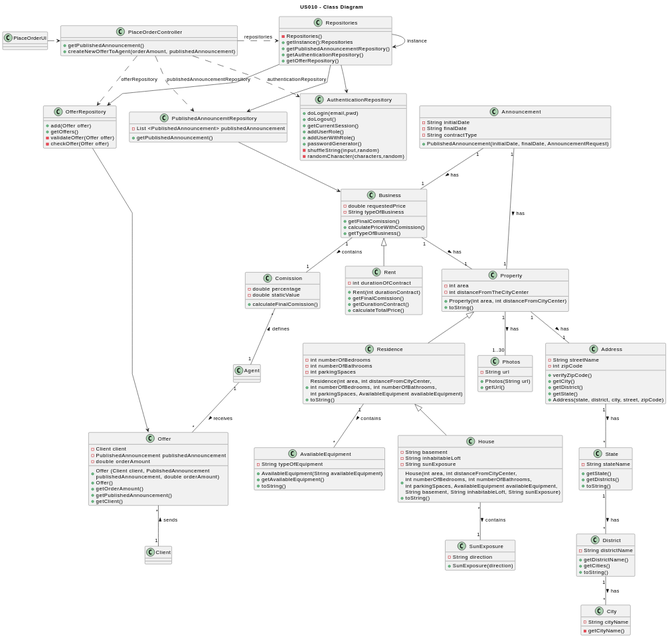
Above: docs/sprintC/US10/03.design/svg/us010-class-diagram.svg in PureNimble/ISEP-LAPR2 (PlantUML), before the change.
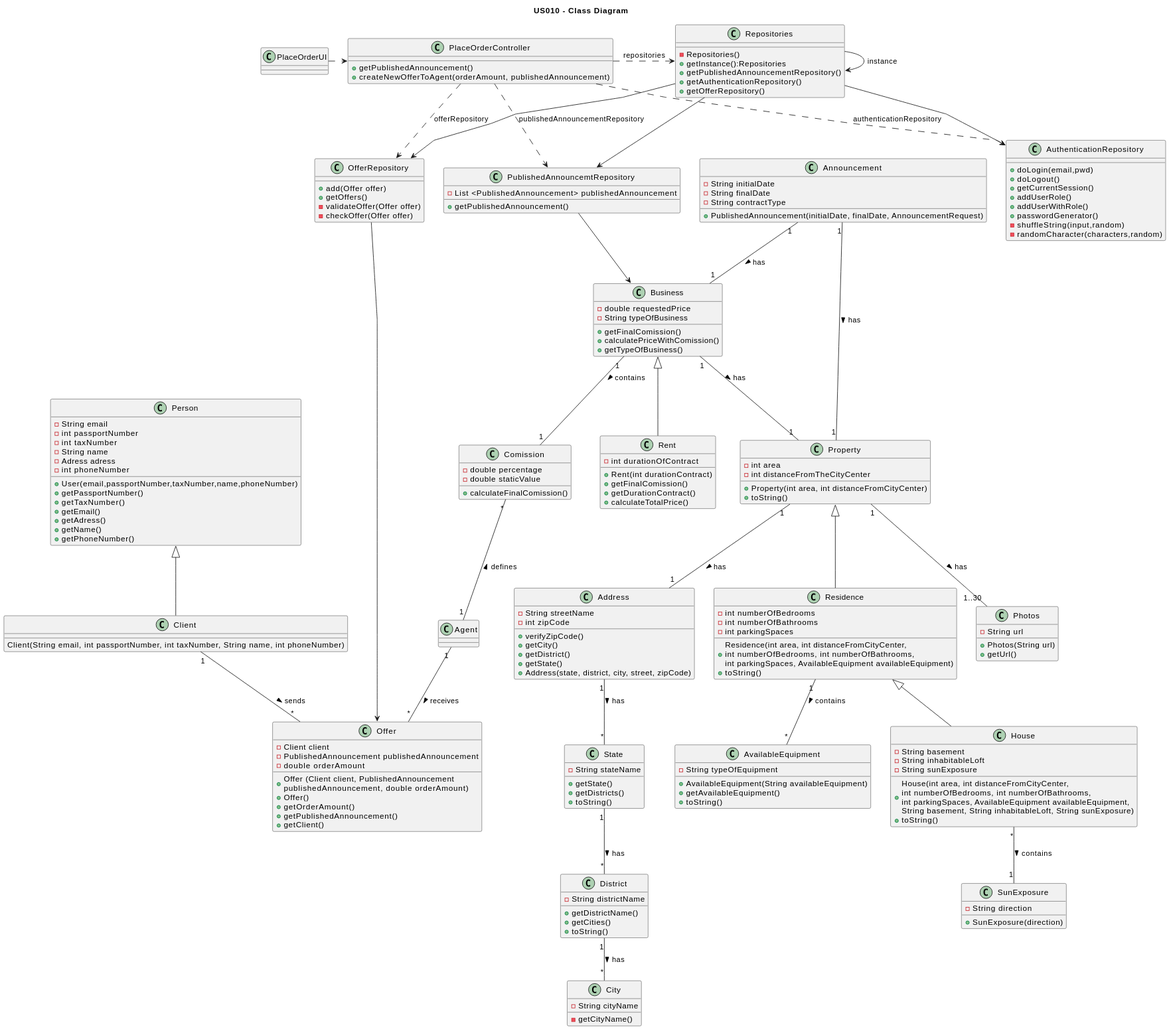
Above is the later version.

The edit, as a diff of the source:
```diff
@@ -126,6 +126,7 @@
 }
 
 class Client {
+Client(String email, int passportNumber, int taxNumber, String name, int phoneNumber)
 }
 
 class AvailableEquipment {
@@ -175,6 +176,24 @@
     + toString()
 }
 
+class Person {
+    - String email
+    - int passportNumber
+    - int taxNumber
+    - String name
+    - Adress adress
+    - int phoneNumber
+
+    + User(email,passportNumber,taxNumber,name,phoneNumber)
+    + getPassportNumber()
+    + getTaxNumber()
+    + getEmail()
+    + getAdress()
+    + getName()
+    + getPhoneNumber()
+}
+
+
 
 PlaceOrderUI .> PlaceOrderController
 PlaceOrderController .> Repositories : repositories
@@ -196,15 +215,17 @@
 
 Agent "1" -- "*" Offer : receives >
 
-Offer "*" -- "1" Client : sends <
+Offer "*" -up- "1" Client : sends <
 
 Announcement "1" -- "1" Property : has >
 Announcement "1" -- "1" Business : has >
 
 Property <|-- Residence
 Property "1" -- "1..30" Photos : has >
+Property "1" -- "1" Address : has >
 
-Property "1" -- "1" Address : has >
+Person <|-- Client
+
 
 Address "1" -- "*" State : has >
 
```
